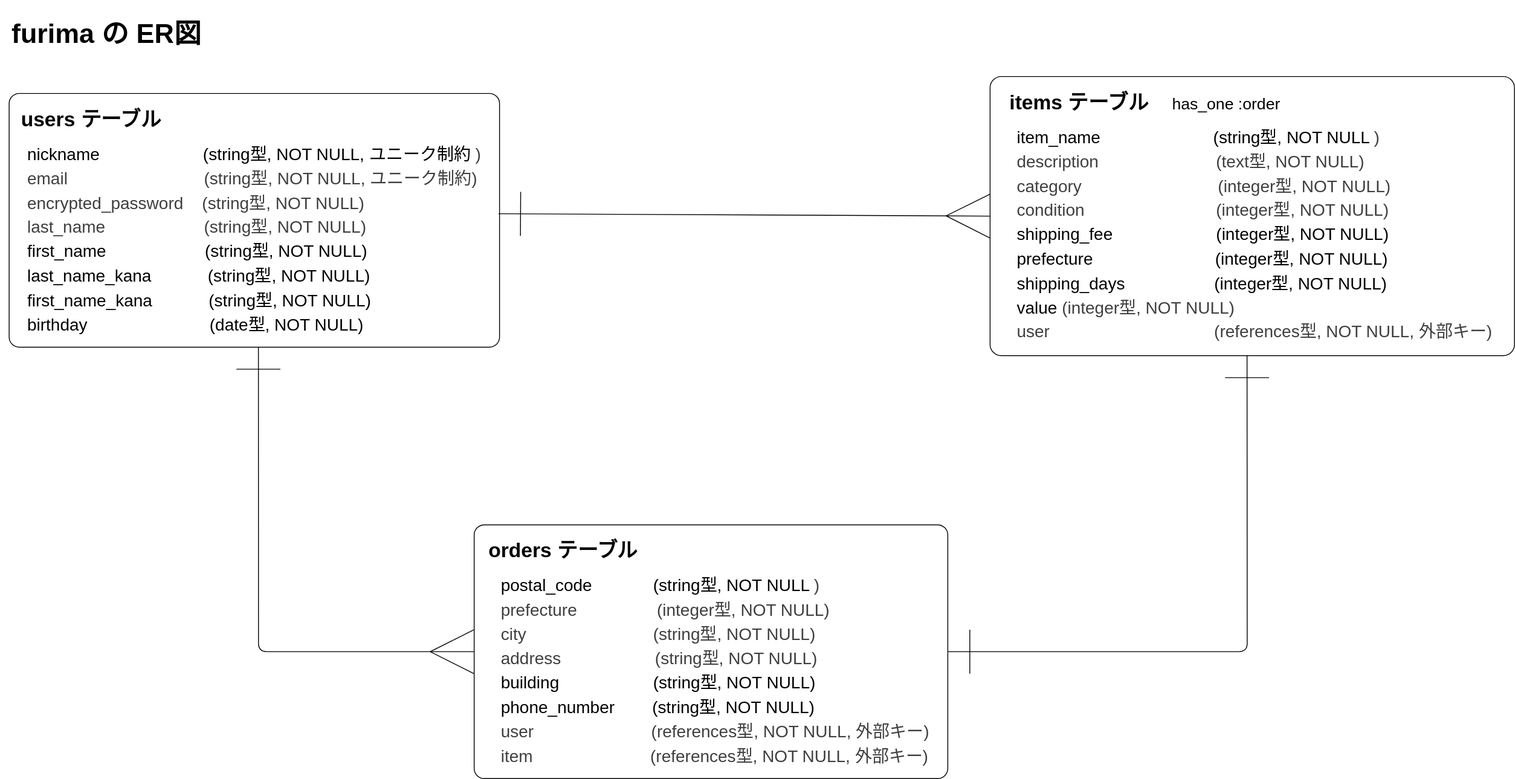
ryeonthesulfur/furima-47225 keeps this draw.io diagram as er-diagram.drawio.svg. Above is the earlier version. Source tidied: cells renumbered, new cells last; positions are measured from the earlier drawing's top-left corner, leaving out a move shared by most shapes.
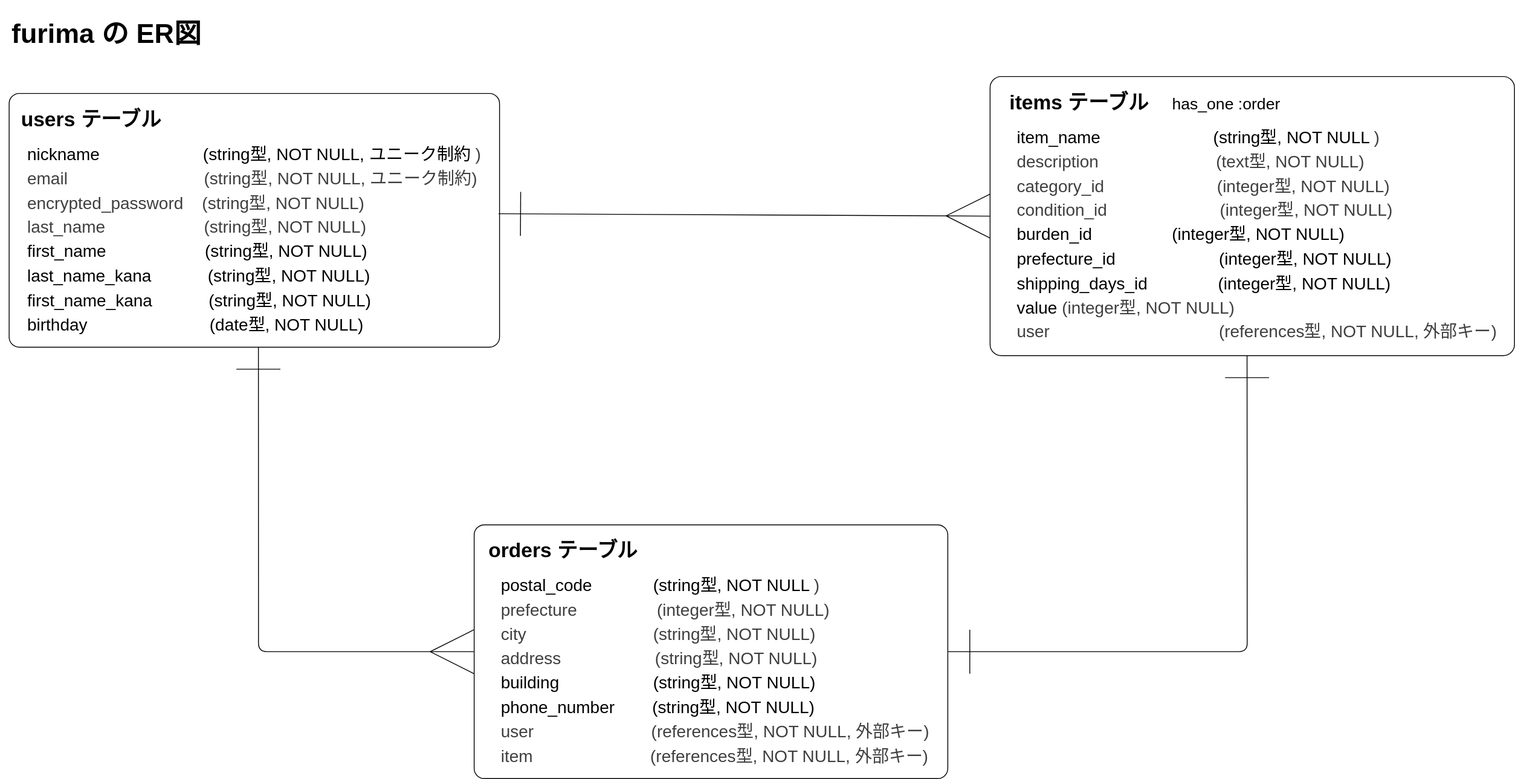
Later version of the same file.

Commit message:
DB設計　修正版 4月14日

テーブル設計とER図の一部修正

Diff of the diagram source:
```diff
@@ -11,7 +11,7 @@
     <mxCell id="4" style="rounded=1;whiteSpace=wrap;html=1;align=left;arcSize=4;" parent="3" vertex="1">
       <mxGeometry width="620" height="330" as="geometry" />
     </mxCell>
-    <mxCell id="5" value="&lt;span style=&quot;font-weight: normal;&quot;&gt;&lt;font style=&quot;font-size: 20px;&quot;&gt;item_name&amp;nbsp; &amp;nbsp; &amp;nbsp; &amp;nbsp; &amp;nbsp; &amp;nbsp; &amp;nbsp; &amp;nbsp; &amp;nbsp; &amp;nbsp; &amp;nbsp; &amp;nbsp; (string型, NOT NULL&lt;/font&gt;&lt;/span&gt;&lt;span style=&quot;color: rgb(63, 63, 63); font-size: 20px; font-weight: normal; background-color: transparent;&quot;&gt;)&lt;/span&gt;&lt;div&gt;&lt;span style=&quot;color: rgb(63, 63, 63); font-size: 20px; font-weight: normal; background-color: transparent;&quot;&gt;description&amp;nbsp; &amp;nbsp; &amp;nbsp; &amp;nbsp; &amp;nbsp; &amp;nbsp; &amp;nbsp; &amp;nbsp; &amp;nbsp; &amp;nbsp; &amp;nbsp; &amp;nbsp; &amp;nbsp;(text型, NOT NULL)&lt;/span&gt;&lt;/div&gt;&lt;div&gt;&lt;span style=&quot;color: rgb(63, 63, 63); font-size: 20px; font-weight: normal; background-color: transparent;&quot;&gt;category&amp;nbsp; &amp;nbsp; &amp;nbsp; &amp;nbsp; &amp;nbsp; &amp;nbsp; &amp;nbsp; &amp;nbsp; &amp;nbsp; &amp;nbsp; &amp;nbsp; &amp;nbsp; &amp;nbsp; &amp;nbsp; &amp;nbsp;(integer型, NOT NULL)&lt;/span&gt;&lt;/div&gt;&lt;div&gt;&lt;span style=&quot;color: rgb(63, 63, 63); font-size: 20px; font-weight: normal; background-color: transparent;&quot;&gt;condition&amp;nbsp; &amp;nbsp; &amp;nbsp; &amp;nbsp; &amp;nbsp; &amp;nbsp; &amp;nbsp; &amp;nbsp; &amp;nbsp; &amp;nbsp; &amp;nbsp; &amp;nbsp; &amp;nbsp; &amp;nbsp; (integer型, NOT NULL)&lt;/span&gt;&lt;/div&gt;&lt;div&gt;&lt;span style=&quot;font-size: 20px; font-weight: 400;&quot;&gt;shipping_fee&amp;nbsp; &amp;nbsp; &amp;nbsp; &amp;nbsp; &amp;nbsp; &amp;nbsp; &amp;nbsp; &amp;nbsp; &amp;nbsp; &amp;nbsp; &amp;nbsp; (integer型, NOT NULL)&lt;/span&gt;&lt;/div&gt;&lt;div&gt;&lt;span style=&quot;font-size: 20px; font-weight: 400;&quot;&gt;prefecture&amp;nbsp; &amp;nbsp; &amp;nbsp; &amp;nbsp; &amp;nbsp; &amp;nbsp; &amp;nbsp; &amp;nbsp; &amp;nbsp; &amp;nbsp; &amp;nbsp; &amp;nbsp; &amp;nbsp; (integer型, NOT NULL)&lt;/span&gt;&lt;/div&gt;&lt;div&gt;&lt;span style=&quot;font-size: 20px; font-weight: 400;&quot;&gt;shipping_days&amp;nbsp; &amp;nbsp; &amp;nbsp; &amp;nbsp; &amp;nbsp; &amp;nbsp; &amp;nbsp; &amp;nbsp; &amp;nbsp; &amp;nbsp;(integer型, NOT NULL)&lt;/span&gt;&lt;/div&gt;&lt;div&gt;&lt;span style=&quot;font-size: 20px; font-weight: 400;&quot;&gt;value&amp;nbsp; &amp;nbsp; &amp;nbsp; &amp;nbsp; &amp;nbsp; &amp;nbsp; &amp;nbsp; &amp;nbsp; &amp;nbsp; &amp;nbsp; &amp;nbsp; &amp;nbsp; &amp;nbsp; &amp;nbsp; &amp;nbsp; &amp;nbsp; &amp;nbsp;&amp;nbsp;&lt;/span&gt;&lt;span style=&quot;color: rgb(63, 63, 63); font-size: 20px; font-weight: 400; background-color: transparent;&quot;&gt;(integer型, NOT NULL)&lt;/span&gt;&lt;/div&gt;&lt;div&gt;&lt;span style=&quot;color: rgb(63, 63, 63); font-size: 20px; font-weight: 400; background-color: transparent;&quot;&gt;user&amp;nbsp; &amp;nbsp; &amp;nbsp; &amp;nbsp; &amp;nbsp; &amp;nbsp; &amp;nbsp; &amp;nbsp; &amp;nbsp; &amp;nbsp; &amp;nbsp; &amp;nbsp; &amp;nbsp; &amp;nbsp; &amp;nbsp; &amp;nbsp; &amp;nbsp; &amp;nbsp;(references型, NOT NULL, 外部キー)&lt;/span&gt;&lt;/div&gt;" style="text;strokeColor=none;fillColor=none;html=1;fontSize=24;fontStyle=1;verticalAlign=top;align=left;" parent="3" vertex="1">
+    <mxCell id="5" value="&lt;span style=&quot;font-weight: normal;&quot;&gt;&lt;font style=&quot;font-size: 20px;&quot;&gt;item_name&amp;nbsp; &amp;nbsp; &amp;nbsp; &amp;nbsp; &amp;nbsp; &amp;nbsp; &amp;nbsp; &amp;nbsp; &amp;nbsp; &amp;nbsp; &amp;nbsp; &amp;nbsp; (string型, NOT NULL&lt;/font&gt;&lt;/span&gt;&lt;span style=&quot;color: rgb(63, 63, 63); font-size: 20px; font-weight: normal; background-color: transparent;&quot;&gt;)&lt;/span&gt;&lt;div&gt;&lt;span style=&quot;color: rgb(63, 63, 63); font-size: 20px; font-weight: normal; background-color: transparent;&quot;&gt;description&amp;nbsp; &amp;nbsp; &amp;nbsp; &amp;nbsp; &amp;nbsp; &amp;nbsp; &amp;nbsp; &amp;nbsp; &amp;nbsp; &amp;nbsp; &amp;nbsp; &amp;nbsp; &amp;nbsp;(text型, NOT NULL)&lt;/span&gt;&lt;/div&gt;&lt;div&gt;&lt;span style=&quot;color: rgb(63, 63, 63); font-size: 20px; font-weight: normal; background-color: transparent;&quot;&gt;category_id&amp;nbsp; &amp;nbsp; &amp;nbsp; &amp;nbsp; &amp;nbsp; &amp;nbsp; &amp;nbsp; &amp;nbsp; &amp;nbsp; &amp;nbsp; &amp;nbsp; &amp;nbsp; (integer型, NOT NULL)&lt;/span&gt;&lt;/div&gt;&lt;div&gt;&lt;span style=&quot;color: rgb(63, 63, 63); font-size: 20px; font-weight: normal; background-color: transparent;&quot;&gt;condition_id&amp;nbsp; &amp;nbsp; &amp;nbsp; &amp;nbsp; &amp;nbsp; &amp;nbsp; &amp;nbsp; &amp;nbsp; &amp;nbsp; &amp;nbsp; &amp;nbsp; &amp;nbsp; (integer型, NOT NULL)&lt;/span&gt;&lt;/div&gt;&lt;div&gt;&lt;span style=&quot;font-size: 20px; font-weight: 400;&quot;&gt;burden_id&amp;nbsp; &amp;nbsp; &amp;nbsp; &amp;nbsp; &amp;nbsp; &amp;nbsp; &amp;nbsp; &amp;nbsp; &amp;nbsp;(integer型, NOT NULL)&lt;/span&gt;&lt;/div&gt;&lt;div&gt;&lt;span style=&quot;font-size: 20px; font-weight: 400;&quot;&gt;prefecture_id&amp;nbsp; &amp;nbsp; &amp;nbsp; &amp;nbsp; &amp;nbsp; &amp;nbsp; &amp;nbsp; &amp;nbsp; &amp;nbsp; &amp;nbsp; &amp;nbsp; (integer型, NOT NULL)&lt;/span&gt;&lt;/div&gt;&lt;div&gt;&lt;span style=&quot;font-size: 20px; font-weight: 400;&quot;&gt;shipping_days_id&amp;nbsp; &amp;nbsp; &amp;nbsp; &amp;nbsp; &amp;nbsp; &amp;nbsp; &amp;nbsp; &amp;nbsp;(integer型, NOT NULL)&lt;/span&gt;&lt;/div&gt;&lt;div&gt;&lt;span style=&quot;font-size: 20px; font-weight: 400;&quot;&gt;value&amp;nbsp; &amp;nbsp; &amp;nbsp; &amp;nbsp; &amp;nbsp; &amp;nbsp; &amp;nbsp; &amp;nbsp; &amp;nbsp; &amp;nbsp; &amp;nbsp; &amp;nbsp; &amp;nbsp; &amp;nbsp; &amp;nbsp; &amp;nbsp; &amp;nbsp; &lt;/span&gt;&lt;span style=&quot;color: rgb(63, 63, 63); font-size: 20px; font-weight: 400; background-color: transparent;&quot;&gt;(integer型, NOT NULL)&lt;/span&gt;&lt;/div&gt;&lt;div&gt;&lt;span style=&quot;color: rgb(63, 63, 63); font-size: 20px; font-weight: 400; background-color: transparent;&quot;&gt;user&amp;nbsp; &amp;nbsp; &amp;nbsp; &amp;nbsp; &amp;nbsp; &amp;nbsp; &amp;nbsp; &amp;nbsp; &amp;nbsp; &amp;nbsp; &amp;nbsp; &amp;nbsp; &amp;nbsp; &amp;nbsp; &amp;nbsp; &amp;nbsp; &amp;nbsp; &amp;nbsp; (references型, NOT NULL, 外部キー)&lt;/span&gt;&lt;/div&gt;" style="text;strokeColor=none;fillColor=none;html=1;fontSize=24;fontStyle=1;verticalAlign=top;align=left;" parent="3" vertex="1">
       <mxGeometry x="30" y="50" width="547.5" height="280" as="geometry" />
     </mxCell>
     <mxCell id="6" value="items テーブル" style="text;strokeColor=none;fillColor=none;html=1;fontSize=24;fontStyle=1;verticalAlign=top;align=center;" parent="3" vertex="1">
```
